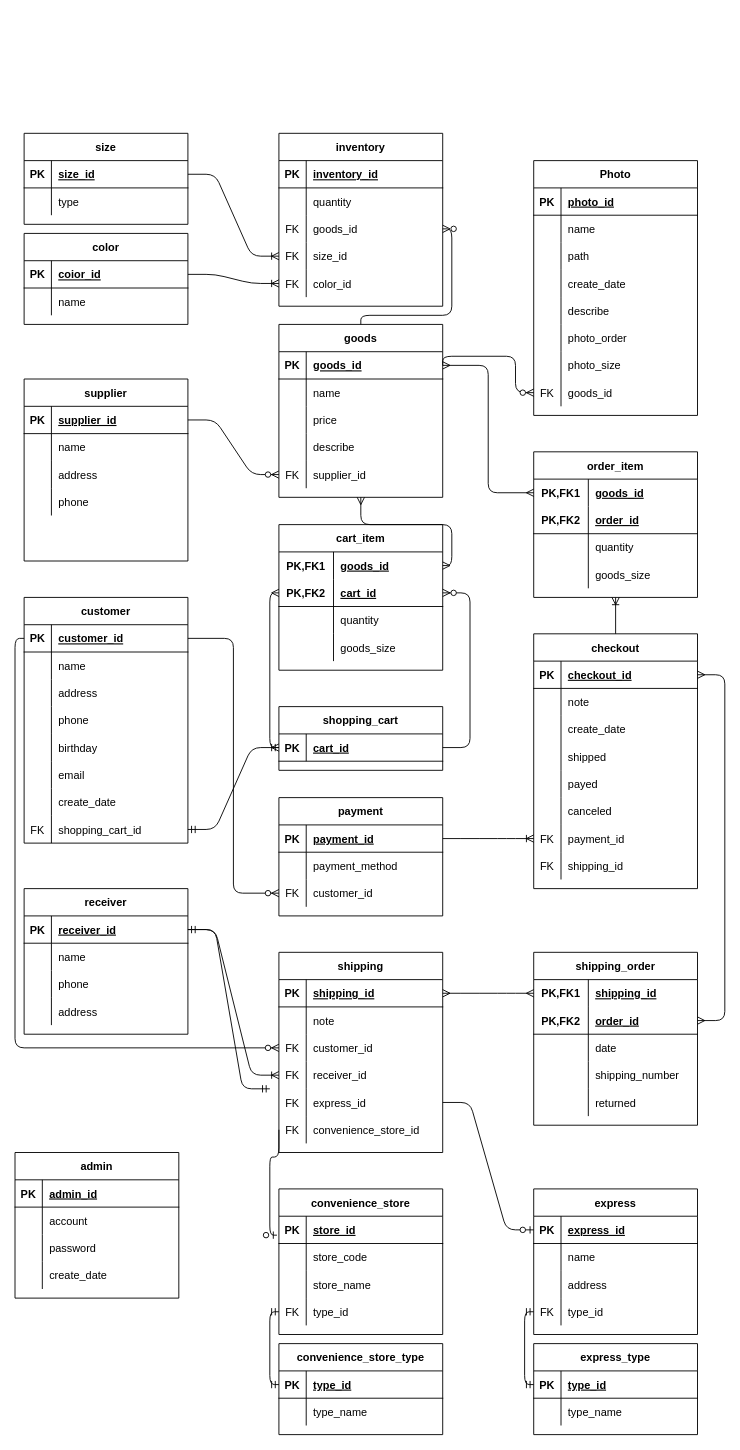
Above: ermodel.drawio in BoshiLee/ecommerce (draw.io), before the change. Source tidied: cells renumbered, new cells numbered last; positions are measured from the earlier drawing's top-left corner, leaving out a move shared by most shapes. Both pictures are drawn from the tidied source at 91%, with x=0, y=0 at pixel (15, 133).
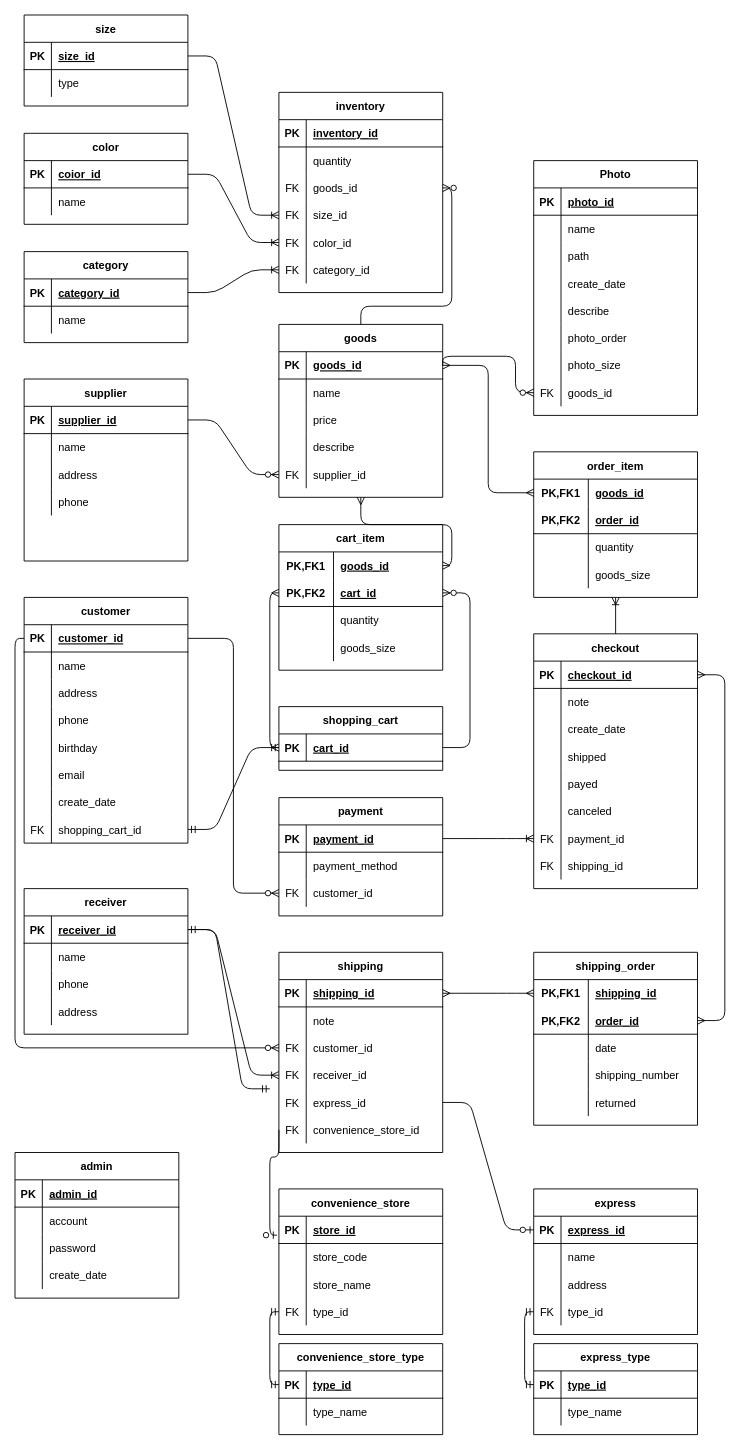
Above is the later version.

The change refers to these unchanged cells:
```xml
<mxCell id="50" value="goods" style="shape=table;startSize=30;childLayout=tableLayout;rowLines=0;fontStyle=1;align=center;" parent="1" vertex="1">
  <mxGeometry x="290" y="210" width="180" height="190" as="geometry" />
</mxCell>
<mxCell id="287" style="shape=partialRectangle;fillColor=none;top=0;left=0;bottom=0;right=0;points=[[0,0.5],[1,0.5]];portConstraint=eastwest;" parent="280" vertex="1">
  <mxGeometry y="90" width="180" height="30" as="geometry" />
</mxCell>
```

Diff of the diagram source:
```diff
@@
     <mxCell id="66" value="color" style="shape=table;startSize=30;childLayout=tableLayout;rowLines=0;fontStyle=1;align=center;" parent="1" vertex="1">
-      <mxGeometry x="10" y="110" width="180" height="100" as="geometry" />
+      <mxGeometry x="10" width="180" height="100" as="geometry" />
     </mxCell>
@@
     <mxCell id="152" value="size" style="shape=table;startSize=30;childLayout=tableLayout;rowLines=0;fontStyle=1;align=center;" parent="1" vertex="1">
-      <mxGeometry x="10" width="180" height="100" as="geometry" />
+      <mxGeometry x="10" y="-130" width="180" height="100" as="geometry" />
     </mxCell>
@@
     <mxCell id="280" value="inventory" style="shape=table;startSize=30;childLayout=tableLayout;rowLines=0;fontStyle=1;align=center;" parent="1" vertex="1">
-      <mxGeometry x="290" width="180" height="190" as="geometry" />
+      <mxGeometry x="290" y="-45" width="180" height="220" as="geometry" />
     </mxCell>
@@
+    <mxCell id="299" style="shape=partialRectangle;fillColor=none;top=0;left=0;bottom=0;right=0;points=[[0,0.5],[1,0.5]];portConstraint=eastwest;" parent="280" vertex="1">
+      <mxGeometry y="180" width="180" height="30" as="geometry" />
+    </mxCell>
+    <mxCell id="300" value="FK" style="shape=partialRectangle;fillColor=none;top=0;left=0;bottom=0;right=0;fontStyle=0;overflow=hidden;" parent="299" vertex="1">
+      <mxGeometry width="30" height="30" as="geometry" />
+    </mxCell>
+    <mxCell id="301" value="category_id" style="shape=partialRectangle;fillColor=none;top=0;left=0;bottom=0;right=0;align=left;spacingLeft=6;fontStyle=0;overflow=hidden;" parent="299" vertex="1">
+      <mxGeometry x="30" width="150" height="30" as="geometry" />
+    </mxCell>
@@
-    <mxCell id="298" style="edgeStyle=orthogonalEdgeStyle;fontSize=12;html=1;endArrow=ERzeroToMany;endFill=1;entryX=1;entryY=0.5;entryDx=0;entryDy=0;exitX=0.5;exitY=0;exitDx=0;exitDy=0;" parent="1" edge="1" source="50" target="287">
+    <mxCell id="298" style="fontSize=12;html=1;endArrow=ERzeroToMany;endFill=1;exitX=0.5;exitY=0;exitDx=0;exitDy=0;edgeStyle=orthogonalEdgeStyle;entryX=1;entryY=0.5;entryDx=0;entryDy=0;" parent="1" edge="1" source="50" target="287">
       <mxGeometry relative="1" as="geometry">
         <Array as="points">
-          <mxPoint x="380" y="200" />
-          <mxPoint x="480" y="200" />
-          <mxPoint x="480" y="105" />
+          <mxPoint x="380" y="190" />
+          <mxPoint x="480" y="190" />
+          <mxPoint x="480" y="60" />
         </Array>
       </mxGeometry>
     </mxCell>
+    <mxCell id="302" value="category" style="shape=table;startSize=30;childLayout=tableLayout;rowLines=0;fontStyle=1;align=center;" parent="1" vertex="1">
+      <mxGeometry x="10" y="130" width="180" height="100" as="geometry" />
+    </mxCell>
+    <mxCell id="303" style="shape=partialRectangle;fillColor=none;top=0;left=0;bottom=1;right=0;points=[[0,0.5],[1,0.5]];portConstraint=eastwest;" parent="302" vertex="1">
+      <mxGeometry y="30" width="180" height="30" as="geometry" />
+    </mxCell>
+    <mxCell id="304" value="PK" style="shape=partialRectangle;fillColor=none;top=0;left=0;bottom=0;right=0;fontStyle=1;overflow=hidden;" parent="303" vertex="1">
+      <mxGeometry width="30" height="30" as="geometry" />
+    </mxCell>
+    <mxCell id="305" value="category_id" style="shape=partialRectangle;fillColor=none;top=0;left=0;bottom=0;right=0;align=left;spacingLeft=6;fontStyle=5;overflow=hidden;" parent="303" vertex="1">
+      <mxGeometry x="30" width="150" height="30" as="geometry" />
+    </mxCell>
+    <mxCell id="306" style="shape=partialRectangle;fillColor=none;top=0;left=0;bottom=0;right=0;" parent="302" vertex="1">
+      <mxGeometry y="60" width="180" height="30" as="geometry" />
+    </mxCell>
+    <mxCell id="307" style="shape=partialRectangle;fillColor=none;top=0;left=0;bottom=0;right=0;overflow=hidden;" parent="306" vertex="1">
+      <mxGeometry width="30" height="30" as="geometry" />
+    </mxCell>
+    <mxCell id="308" value="name" style="shape=partialRectangle;fillColor=none;top=0;left=0;bottom=0;right=0;align=left;spacingLeft=6;overflow=hidden;" parent="306" vertex="1">
+      <mxGeometry x="30" width="150" height="30" as="geometry" />
+    </mxCell>
+    <mxCell id="309" style="edgeStyle=entityRelationEdgeStyle;fontSize=12;html=1;endArrow=ERoneToMany;entryX=0;entryY=0.5;entryDx=0;entryDy=0;exitX=1;exitY=0.5;exitDx=0;exitDy=0;" parent="1" edge="1" source="303" target="299">
+      <mxGeometry relative="1" as="geometry" />
+    </mxCell>
```
